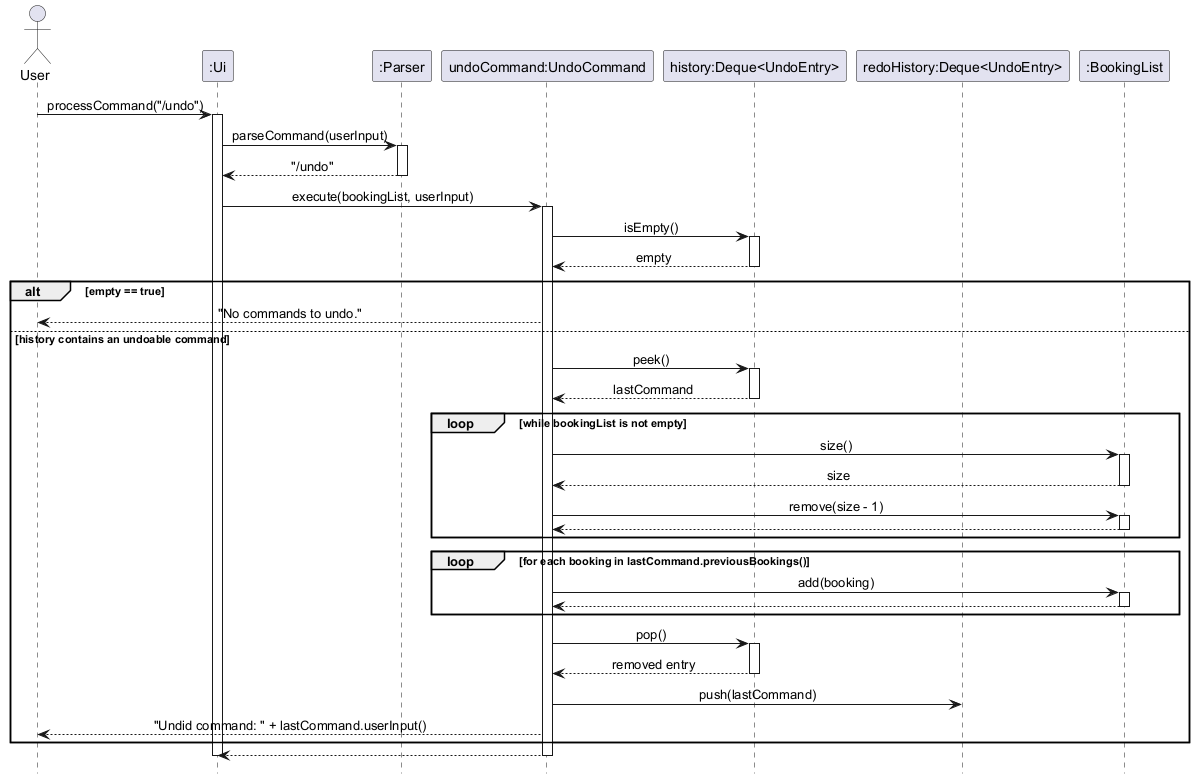
The PlantUML diagram docs/UMLDiagrams/UndoCommandSequenceDiagram.png in AY2627S1-CS2113-W14-2/tp, before a commit.
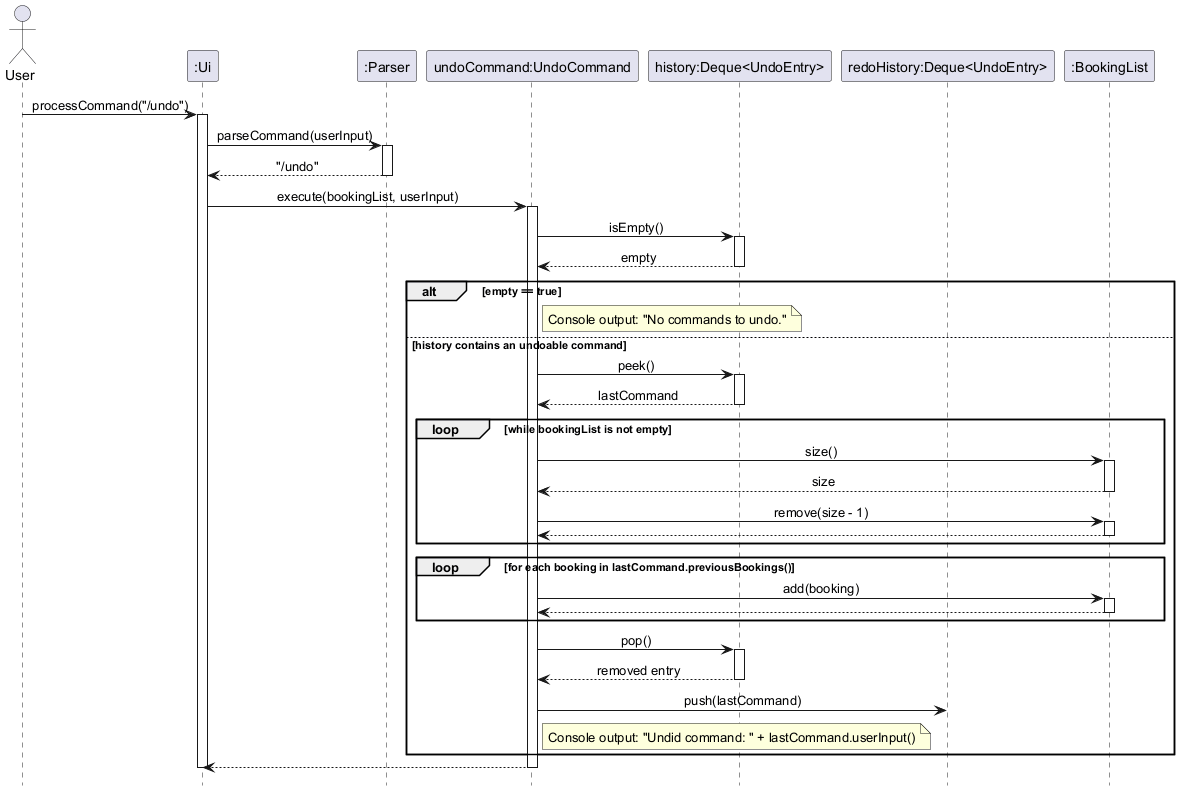
The same diagram one commit later.

Diff of the diagram source:
```diff
@@ -25,7 +25,7 @@
 deactivate History
 
 alt empty == true
-    Undo --> User: "No commands to undo."
+    note right of Undo: Console output: "No commands to undo."
 else history contains an undoable command
     Undo -> History: peek()
     activate History
@@ -57,7 +57,7 @@
 
     Undo -> RedoHistory: push(lastCommand)
 
-    Undo --> User: "Undid command: " + lastCommand.userInput()
+    note right of Undo: Console output: "Undid command: " + lastCommand.userInput()
 end
 
 Undo --> UI
```
